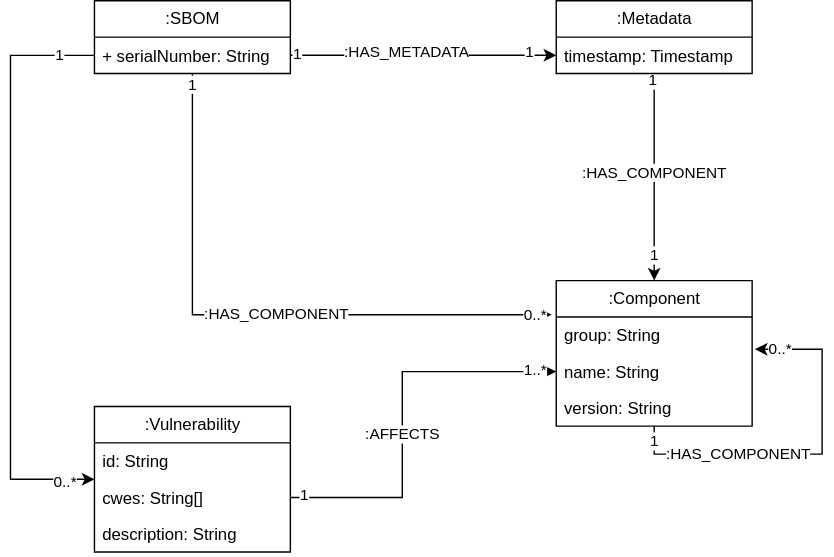
jqassistant-plugin/jqassistant-cyclonedx-plugin keeps this draw.io diagram as model.drawio.svg. Above is the earlier version. Source tidied: cells renumbered, new cells last; positions are measured from the earlier drawing's top-left corner, leaving out a move shared by most shapes.
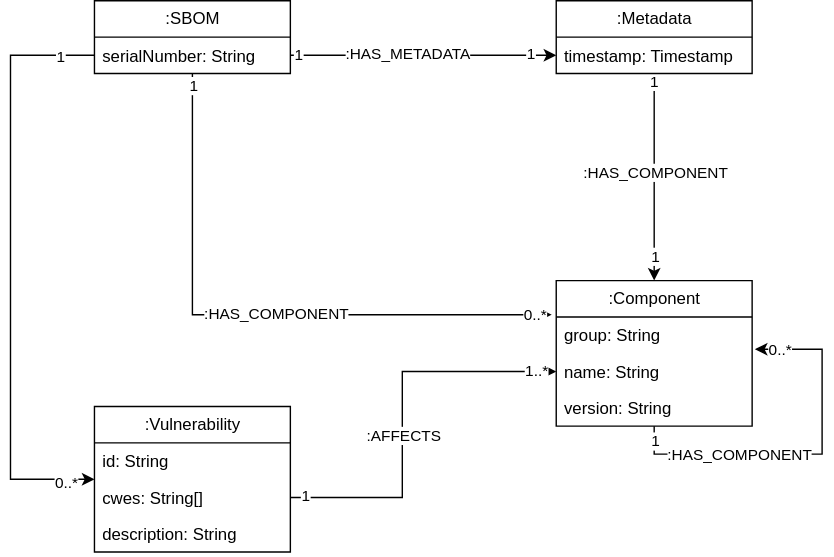
Above is the later version.

Commit message:
added model diagram to readme.adoc

The edit, as a diff of the source:
```diff
@@ -21,7 +21,7 @@
     <mxCell id="6" value=":SBOM" style="swimlane;fontStyle=0;horizontal=1;startSize=26;fillColor=none;html=1;" parent="1" vertex="1">
       <mxGeometry x="60" width="140" height="52" as="geometry" />
     </mxCell>
-    <mxCell id="7" value="+ serialNumber: String" style="text;strokeColor=none;fillColor=none;align=left;verticalAlign=top;spacingLeft=4;spacingRight=4;overflow=hidden;points=[[0,0.5],[1,0.5]];portConstraint=eastwest;whiteSpace=wrap;html=1;" parent="6" vertex="1">
+    <mxCell id="7" value="serialNumber: String" style="text;strokeColor=none;fillColor=none;align=left;verticalAlign=top;spacingLeft=4;spacingRight=4;overflow=hidden;points=[[0,0.5],[1,0.5]];portConstraint=eastwest;whiteSpace=wrap;html=1;" parent="6" vertex="1">
       <mxGeometry y="26" width="140" height="26" as="geometry" />
     </mxCell>
     <mxCell id="8" style="edgeStyle=orthogonalEdgeStyle;rounded=0;jettySize=auto;html=1;entryX=0.5;entryY=0;entryDx=0;entryDy=0;" parent="1" edge="1" source="12" target="14">
```
